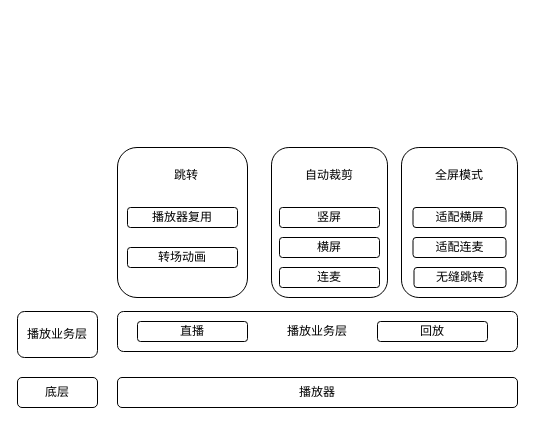
Above: 未命名绘图.drawio in stramChen/MyDraw (draw.io), before the change. Source tidied: cells renumbered, new cells numbered last; positions are measured from the earlier drawing's top-left corner, leaving out a move shared by most shapes. Both pictures are drawn from the tidied source at 100%, with x=0, y=0 at pixel (17, 147).
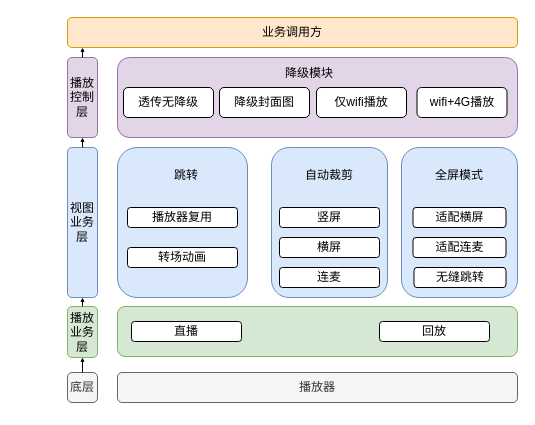
The same page after the edit.

Commit message:
直播视图组件.drawio

The edit, as a diff of the source:
```diff
@@
-    <mxCell id="2" style="rounded=1;whiteSpace=wrap;html=1;fontSize=12;glass=0;strokeWidth=1;shadow=0;" parent="1" vertex="1">
+    <mxCell id="2" style="rounded=1;whiteSpace=wrap;html=1;fontSize=12;glass=0;strokeWidth=1;shadow=0;fillColor=#dae8fc;strokeColor=#6c8ebf;" parent="1" vertex="1">
       <mxGeometry x="100" width="130" height="150" as="geometry" />
     </mxCell>
-    <mxCell id="3" value="播放业务层" style="rounded=1;whiteSpace=wrap;html=1;fontSize=12;glass=0;strokeWidth=1;shadow=0;" parent="1" vertex="1">
-      <mxGeometry x="100" y="164" width="400" height="40" as="geometry" />
+    <mxCell id="3" style="rounded=1;whiteSpace=wrap;html=1;fontSize=12;glass=0;strokeWidth=1;shadow=0;fillColor=#d5e8d4;strokeColor=#82b366;" parent="1" vertex="1">
+      <mxGeometry x="100" y="159" width="400" height="50" as="geometry" />
     </mxCell>
     <mxCell id="4" value="直播" style="rounded=1;whiteSpace=wrap;html=1;fontSize=12;glass=0;strokeWidth=1;shadow=0;" parent="1" vertex="1">
-      <mxGeometry x="120" y="174" width="110" height="20" as="geometry" />
+      <mxGeometry x="114" y="174" width="110" height="20" as="geometry" />
     </mxCell>
-    <mxCell id="5" value="播放器" style="rounded=1;whiteSpace=wrap;html=1;fontSize=12;glass=0;strokeWidth=1;shadow=0;" parent="1" vertex="1">
-      <mxGeometry x="100" y="230" width="400" height="30" as="geometry" />
+    <mxCell id="5" value="播放器" style="rounded=1;whiteSpace=wrap;html=1;fontSize=12;glass=0;strokeWidth=1;shadow=0;fillColor=#f5f5f5;strokeColor=#666666;fontColor=#333333;" parent="1" vertex="1">
+      <mxGeometry x="100" y="225" width="400" height="30" as="geometry" />
     </mxCell>
     <mxCell id="6" value="回放" style="rounded=1;whiteSpace=wrap;html=1;fontSize=12;glass=0;strokeWidth=1;shadow=0;" parent="1" vertex="1">
-      <mxGeometry x="360" y="174" width="110" height="20" as="geometry" />
+      <mxGeometry x="362" y="174" width="110" height="20" as="geometry" />
     </mxCell>
@@
-    <mxCell id="8" style="rounded=1;whiteSpace=wrap;html=1;fontSize=12;glass=0;strokeWidth=1;shadow=0;" parent="1" vertex="1">
+    <mxCell id="8" style="rounded=1;whiteSpace=wrap;html=1;fontSize=12;glass=0;strokeWidth=1;shadow=0;fillColor=#dae8fc;strokeColor=#6c8ebf;" parent="1" vertex="1">
       <mxGeometry x="254" width="116" height="150" as="geometry" />
     </mxCell>
@@
-    <mxCell id="15" style="rounded=1;whiteSpace=wrap;html=1;fontSize=12;glass=0;strokeWidth=1;shadow=0;" parent="1" vertex="1">
+    <mxCell id="15" style="rounded=1;whiteSpace=wrap;html=1;fontSize=12;glass=0;strokeWidth=1;shadow=0;fillColor=#dae8fc;strokeColor=#6c8ebf;" parent="1" vertex="1">
       <mxGeometry x="384" width="116" height="150" as="geometry" />
     </mxCell>
@@
-    <mxCell id="20" value="底层" style="rounded=1;whiteSpace=wrap;html=1;fontSize=12;glass=0;strokeWidth=1;shadow=0;" parent="1" vertex="1">
-      <mxGeometry y="230" width="80" height="30" as="geometry" />
+    <mxCell id="20" value="底层" style="rounded=1;whiteSpace=wrap;html=1;fontSize=12;glass=0;strokeWidth=1;shadow=0;fillColor=#f5f5f5;strokeColor=#666666;fontColor=#333333;" parent="1" vertex="1">
+      <mxGeometry x="50" y="225" width="30" height="30" as="geometry" />
     </mxCell>
-    <mxCell id="21" value="播放业务层" style="rounded=1;whiteSpace=wrap;html=1;fontSize=12;glass=0;strokeWidth=1;shadow=0;" parent="1" vertex="1">
-      <mxGeometry y="164" width="80" height="46" as="geometry" />
+    <mxCell id="21" value="播放业务层" style="rounded=1;whiteSpace=wrap;html=1;fontSize=12;glass=0;strokeWidth=1;shadow=0;fillColor=#d5e8d4;strokeColor=#82b366;" parent="1" vertex="1">
+      <mxGeometry x="50" y="159" width="30" height="51" as="geometry" />
     </mxCell>
+    <mxCell id="22" value="视图业务层" style="rounded=1;whiteSpace=wrap;html=1;fontSize=12;glass=0;strokeWidth=1;shadow=0;fillColor=#dae8fc;strokeColor=#6c8ebf;" parent="1" vertex="1">
+      <mxGeometry x="50" width="30" height="150" as="geometry" />
+    </mxCell>
+    <mxCell id="23" value="播放控制层" style="rounded=1;whiteSpace=wrap;html=1;fontSize=12;glass=0;strokeWidth=1;shadow=0;fillColor=#e1d5e7;strokeColor=#9673a6;" parent="1" vertex="1">
+      <mxGeometry x="50" y="-90" width="30" height="80" as="geometry" />
+    </mxCell>
+    <mxCell id="24" style="rounded=1;whiteSpace=wrap;html=1;fontSize=12;glass=0;strokeWidth=1;shadow=0;fillColor=#e1d5e7;strokeColor=#9673a6;" parent="1" vertex="1">
+      <mxGeometry x="100" y="-90" width="400" height="80" as="geometry" />
+    </mxCell>
+    <mxCell id="25" value="降级模块" style="text;strokeColor=none;align=center;fillColor=none;html=1;verticalAlign=middle;whiteSpace=wrap;rounded=0;" parent="1" vertex="1">
+      <mxGeometry x="262" y="-84" width="60" height="20" as="geometry" />
+    </mxCell>
+    <mxCell id="26" value="降级封面图" style="rounded=1;whiteSpace=wrap;html=1;fontSize=12;glass=0;strokeWidth=1;shadow=0;" parent="1" vertex="1">
+      <mxGeometry x="202" y="-60" width="90" height="30" as="geometry" />
+    </mxCell>
+    <mxCell id="27" value="仅wifi播放" style="rounded=1;whiteSpace=wrap;html=1;fontSize=12;glass=0;strokeWidth=1;shadow=0;" parent="1" vertex="1">
+      <mxGeometry x="299" y="-60" width="90" height="30" as="geometry" />
+    </mxCell>
+    <mxCell id="28" value="wifi+4G播放" style="rounded=1;whiteSpace=wrap;html=1;fontSize=12;glass=0;strokeWidth=1;shadow=0;" parent="1" vertex="1">
+      <mxGeometry x="399.5" y="-60" width="90" height="30" as="geometry" />
+    </mxCell>
+    <mxCell id="29" value="透传无降级" style="rounded=1;whiteSpace=wrap;html=1;fontSize=12;glass=0;strokeWidth=1;shadow=0;" parent="1" vertex="1">
+      <mxGeometry x="106" y="-60" width="90" height="30" as="geometry" />
+    </mxCell>
+    <mxCell id="30" value="业务调用方" style="rounded=1;whiteSpace=wrap;html=1;fontSize=12;glass=0;strokeWidth=1;shadow=0;fillColor=#ffe6cc;strokeColor=#d79b00;" parent="1" vertex="1">
+      <mxGeometry x="50" y="-130" width="450" height="30" as="geometry" />
+    </mxCell>
+    <mxCell id="31" style="endArrow=classic;html=1;rounded=0;exitX=0.5;exitY=0;exitDx=0;exitDy=0;entryX=0.5;entryY=1;entryDx=0;entryDy=0;endSize=2;" parent="1" edge="1" source="21" target="22">
+      <mxGeometry relative="1" as="geometry" />
+    </mxCell>
+    <mxCell id="32" style="endArrow=classic;html=1;rounded=0;exitX=0.5;exitY=0;exitDx=0;exitDy=0;entryX=0.5;entryY=1;entryDx=0;entryDy=0;endSize=2;" parent="1" edge="1" source="20" target="21">
+      <mxGeometry relative="1" as="geometry" />
+    </mxCell>
+    <mxCell id="33" style="endArrow=classic;html=1;rounded=0;entryX=0.5;entryY=1;entryDx=0;entryDy=0;endSize=2;" parent="1" edge="1" target="23">
+      <mxGeometry relative="1" as="geometry">
+        <mxPoint x="65" as="sourcePoint" />
+      </mxGeometry>
+    </mxCell>
+    <mxCell id="34" style="endArrow=classic;html=1;rounded=0;entryX=0.034;entryY=0.994;entryDx=0;entryDy=0;endSize=2;entryPerimeter=0;exitX=0.5;exitY=0;exitDx=0;exitDy=0;" parent="1" edge="1" source="23" target="30">
+      <mxGeometry relative="1" as="geometry">
+        <Array as="points">
+          <mxPoint x="65" y="-100" />
+        </Array>
+      </mxGeometry>
+    </mxCell>
```
